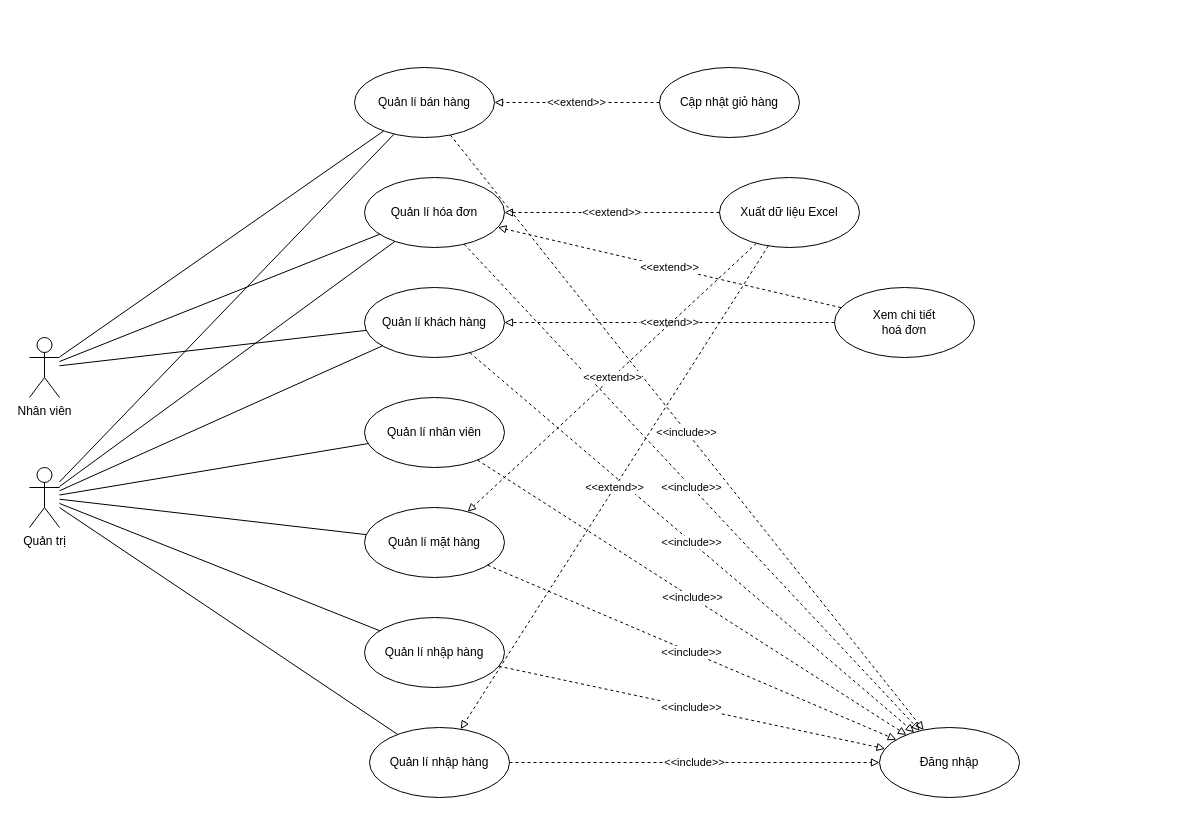
EdgarIgnite16/OOAD-Project keeps this draw.io diagram as DIG_UD.drawio. Above is the earlier version. Source tidied: cells renumbered, new cells numbered last; positions are measured from the earlier drawing's top-left corner, leaving out a move shared by most shapes. Both pictures are drawn from the tidied source at 100%, with x=0, y=0 at pixel (29, 67).
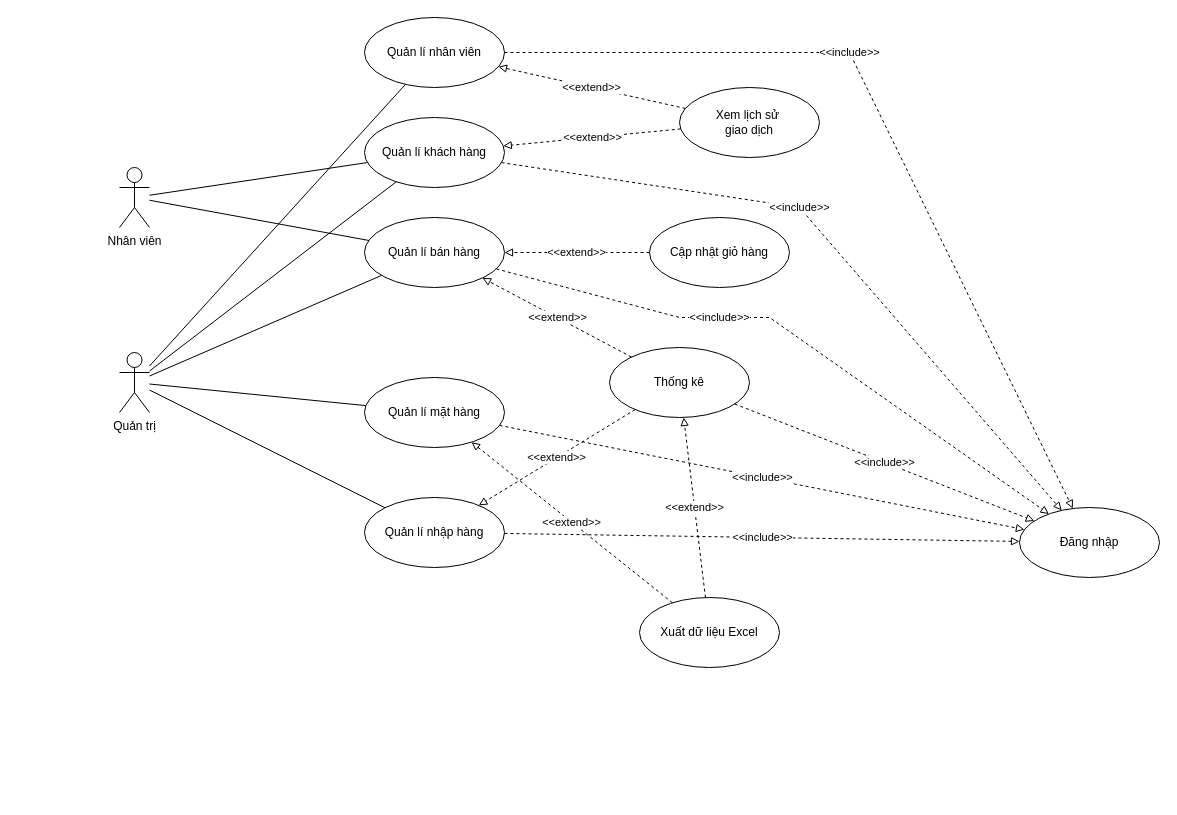
The same diagram, later.

The edit, as a diff of the source:
```diff
@@
     <mxCell id="3" value="Nhân viên" style="shape=umlActor;verticalLabelPosition=bottom;verticalAlign=top;html=1;outlineConnect=0;" parent="1" vertex="1">
-      <mxGeometry y="270" width="30" height="60" as="geometry" />
+      <mxGeometry x="90" y="100" width="30" height="60" as="geometry" />
     </mxCell>
     <mxCell id="4" value="Đăng nhập" style="ellipse;whiteSpace=wrap;html=1;" parent="1" vertex="1">
-      <mxGeometry x="850" y="660" width="140" height="70" as="geometry" />
+      <mxGeometry x="990" y="440" width="140" height="70" as="geometry" />
     </mxCell>
     <mxCell id="5" value="Quản lí&amp;nbsp;khách hàng" style="ellipse;whiteSpace=wrap;html=1;" parent="1" vertex="1">
-      <mxGeometry x="335" y="220" width="140" height="70" as="geometry" />
+      <mxGeometry x="335" y="50" width="140" height="70" as="geometry" />
     </mxCell>
     <mxCell id="6" value="Quản lí&amp;nbsp;nhân viên" style="ellipse;whiteSpace=wrap;html=1;" parent="1" vertex="1">
-      <mxGeometry x="335" y="330" width="140" height="70" as="geometry" />
+      <mxGeometry x="335" y="-50" width="140" height="70" as="geometry" />
     </mxCell>
     <mxCell id="7" value="Quản lí&amp;nbsp;nhập hàng" style="ellipse;whiteSpace=wrap;html=1;" parent="1" vertex="1">
-      <mxGeometry x="335" y="550" width="140" height="70" as="geometry" />
+      <mxGeometry x="335" y="430" width="140" height="70" as="geometry" />
     </mxCell>
-    <mxCell id="8" value="&amp;lt;&amp;lt;include&amp;gt;&amp;gt;" style="rounded=0;jettySize=auto;html=1;endArrow=block;endFill=0;dashed=1;" parent="1" edge="1" source="9" target="4">
-      <mxGeometry relative="1" as="geometry" />
-    </mxCell>
     <mxCell id="9" value="Quản lí bán hàng" style="ellipse;whiteSpace=wrap;html=1;" parent="1" vertex="1">
-      <mxGeometry x="325" width="140" height="70" as="geometry" />
+      <mxGeometry x="335" y="150" width="140" height="70" as="geometry" />
     </mxCell>
-    <mxCell id="10" value="Quản lí&amp;nbsp;hóa đơn" style="ellipse;whiteSpace=wrap;html=1;" parent="1" vertex="1">
-      <mxGeometry x="335" y="110" width="140" height="70" as="geometry" />
+    <mxCell id="10" value="Thống kê" style="ellipse;whiteSpace=wrap;html=1;" parent="1" vertex="1">
+      <mxGeometry x="580" y="280" width="140" height="70" as="geometry" />
     </mxCell>
     <mxCell id="11" value="Quản lí&amp;nbsp;mặt hàng" style="ellipse;whiteSpace=wrap;html=1;" parent="1" vertex="1">
-      <mxGeometry x="335" y="440" width="140" height="70" as="geometry" />
+      <mxGeometry x="335" y="310" width="140" height="70" as="geometry" />
     </mxCell>
-    <mxCell id="12" value="Quản lí&amp;nbsp;nhập hàng" style="ellipse;whiteSpace=wrap;html=1;" parent="1" vertex="1">
-      <mxGeometry x="340" y="660" width="140" height="70" as="geometry" />
-    </mxCell>
-    <mxCell id="13" value="&amp;lt;&amp;lt;include&amp;gt;&amp;gt;" style="rounded=0;jettySize=auto;html=1;endArrow=block;endFill=0;dashed=1;" parent="1" edge="1" source="10" target="4">
-      <mxGeometry relative="1" as="geometry" />
-    </mxCell>
-    <mxCell id="14" value="&amp;lt;&amp;lt;include&amp;gt;&amp;gt;" style="rounded=0;jettySize=auto;html=1;endArrow=block;endFill=0;dashed=1;" parent="1" edge="1" source="5" target="4">
-      <mxGeometry relative="1" as="geometry" />
-    </mxCell>
-    <mxCell id="15" value="&amp;lt;&amp;lt;include&amp;gt;&amp;gt;" style="rounded=0;jettySize=auto;html=1;endArrow=block;endFill=0;dashed=1;" parent="1" edge="1" source="6" target="4">
-      <mxGeometry relative="1" as="geometry" />
-    </mxCell>
-    <mxCell id="16" value="&amp;lt;&amp;lt;include&amp;gt;&amp;gt;" style="rounded=0;jettySize=auto;html=1;endArrow=block;endFill=0;dashed=1;" parent="1" edge="1" source="11" target="4">
-      <mxGeometry relative="1" as="geometry" />
-    </mxCell>
-    <mxCell id="17" value="&amp;lt;&amp;lt;include&amp;gt;&amp;gt;" style="rounded=0;jettySize=auto;html=1;endArrow=block;endFill=0;dashed=1;" parent="1" edge="1" source="7" target="4">
-      <mxGeometry relative="1" as="geometry" />
-    </mxCell>
-    <mxCell id="18" value="&amp;lt;&amp;lt;include&amp;gt;&amp;gt;" style="rounded=0;jettySize=auto;html=1;endArrow=block;endFill=0;dashed=1;" parent="1" edge="1" source="12" target="4">
-      <mxGeometry relative="1" as="geometry" />
-    </mxCell>
@@
-    <mxCell id="21" style="edgeStyle=none;rounded=0;jettySize=auto;html=1;endArrow=none;endFill=0;startArrow=none;startFill=0;" parent="1" edge="1" source="3" target="10">
-      <mxGeometry relative="1" as="geometry" />
-    </mxCell>
@@
-    <mxCell id="23" style="edgeStyle=none;rounded=0;jettySize=auto;html=1;endArrow=none;endFill=0;startArrow=none;startFill=0;" parent="1" edge="1" source="25" target="12">
-      <mxGeometry relative="1" as="geometry" />
-    </mxCell>
@@
     <mxCell id="25" value="Quản trị" style="shape=umlActor;verticalLabelPosition=bottom;verticalAlign=top;html=1;outlineConnect=0;" parent="1" vertex="1">
-      <mxGeometry y="400" width="30" height="60" as="geometry" />
+      <mxGeometry x="90" y="285" width="30" height="60" as="geometry" />
     </mxCell>
@@
-    <mxCell id="27" style="edgeStyle=none;rounded=0;jettySize=auto;html=1;endArrow=none;endFill=0;startArrow=none;startFill=0;" parent="1" edge="1" source="25" target="10">
-      <mxGeometry relative="1" as="geometry" />
-    </mxCell>
@@
     <mxCell id="29" value="Cập nhật giỏ hàng" style="ellipse;whiteSpace=wrap;html=1;" parent="1" vertex="1">
-      <mxGeometry x="630" width="140" height="70" as="geometry" />
+      <mxGeometry x="620" y="150" width="140" height="70" as="geometry" />
     </mxCell>
@@
     <mxCell id="31" value="Xuất dữ liệu Excel" style="ellipse;whiteSpace=wrap;html=1;" parent="1" vertex="1">
-      <mxGeometry x="690" y="110" width="140" height="70" as="geometry" />
+      <mxGeometry x="610" y="530" width="140" height="70" as="geometry" />
     </mxCell>
+    <mxCell id="17" value="&amp;lt;&amp;lt;include&amp;gt;&amp;gt;" style="rounded=0;jettySize=auto;html=1;endArrow=block;endFill=0;dashed=1;" parent="1" edge="1" source="7" target="4">
+      <mxGeometry relative="1" as="geometry" />
+    </mxCell>
+    <mxCell id="38" value="&amp;lt;&amp;lt;extend&amp;gt;&amp;gt;" style="rounded=0;jettySize=auto;html=1;endArrow=block;endFill=0;dashed=1;" parent="1" edge="1" source="10" target="7">
+      <mxGeometry relative="1" as="geometry" />
+    </mxCell>
+    <mxCell id="39" value="&amp;lt;&amp;lt;extend&amp;gt;&amp;gt;" style="rounded=0;jettySize=auto;html=1;endArrow=block;endFill=0;dashed=1;" parent="1" edge="1" source="10" target="9">
+      <mxGeometry relative="1" as="geometry" />
+    </mxCell>
+    <mxCell id="40" value="Xem lịch sử&amp;nbsp;&lt;br&gt;giao dịch" style="ellipse;whiteSpace=wrap;html=1;" parent="1" vertex="1">
+      <mxGeometry x="650" y="20" width="140" height="70" as="geometry" />
+    </mxCell>
+    <mxCell id="41" value="&amp;lt;&amp;lt;extend&amp;gt;&amp;gt;" style="rounded=0;jettySize=auto;html=1;endArrow=block;endFill=0;dashed=1;" parent="1" edge="1" source="40" target="5">
+      <mxGeometry relative="1" as="geometry" />
+    </mxCell>
+    <mxCell id="42" value="&amp;lt;&amp;lt;extend&amp;gt;&amp;gt;" style="rounded=0;jettySize=auto;html=1;endArrow=block;endFill=0;dashed=1;" parent="1" edge="1" source="40" target="6">
+      <mxGeometry relative="1" as="geometry" />
+    </mxCell>
+    <mxCell id="36" value="&amp;lt;&amp;lt;extend&amp;gt;&amp;gt;" style="rounded=0;jettySize=auto;html=1;endArrow=block;endFill=0;dashed=1;" parent="1" edge="1" source="31" target="11">
+      <mxGeometry relative="1" as="geometry" />
+    </mxCell>
+    <mxCell id="16" value="&amp;lt;&amp;lt;include&amp;gt;&amp;gt;" style="rounded=0;jettySize=auto;html=1;endArrow=block;endFill=0;dashed=1;" parent="1" edge="1" source="11" target="4">
+      <mxGeometry relative="1" as="geometry" />
+    </mxCell>
@@
-    <mxCell id="33" value="Xem chi tiết &lt;br&gt;hoá đơn" style="ellipse;whiteSpace=wrap;html=1;" parent="1" vertex="1">
-      <mxGeometry x="805" y="220" width="140" height="70" as="geometry" />
-    </mxCell>
-    <mxCell id="34" value="&amp;lt;&amp;lt;extend&amp;gt;&amp;gt;" style="rounded=0;jettySize=auto;html=1;endArrow=block;endFill=0;dashed=1;" parent="1" edge="1" source="33" target="10">
-      <mxGeometry relative="1" as="geometry" />
-    </mxCell>
-    <mxCell id="35" value="&amp;lt;&amp;lt;extend&amp;gt;&amp;gt;" style="rounded=0;jettySize=auto;html=1;endArrow=block;endFill=0;dashed=1;" parent="1" edge="1" source="33" target="5">
-      <mxGeometry relative="1" as="geometry" />
-    </mxCell>
-    <mxCell id="36" value="&amp;lt;&amp;lt;extend&amp;gt;&amp;gt;" style="rounded=0;jettySize=auto;html=1;endArrow=block;endFill=0;dashed=1;" parent="1" edge="1" source="31" target="11">
-      <mxGeometry relative="1" as="geometry" />
-    </mxCell>
-    <mxCell id="37" value="&amp;lt;&amp;lt;extend&amp;gt;&amp;gt;" style="rounded=0;jettySize=auto;html=1;endArrow=block;endFill=0;dashed=1;" parent="1" edge="1" source="31" target="12">
-      <mxGeometry relative="1" as="geometry" />
-    </mxCell>
+    <mxCell id="8" value="&amp;lt;&amp;lt;include&amp;gt;&amp;gt;" style="rounded=0;jettySize=auto;html=1;endArrow=block;endFill=0;dashed=1;" parent="1" edge="1" source="9" target="4">
+      <mxGeometry x="-0.26" relative="1" as="geometry">
+        <Array as="points">
+          <mxPoint x="650" y="250" />
+          <mxPoint x="740" y="250" />
+        </Array>
+      </mxGeometry>
+    </mxCell>
+    <mxCell id="14" value="&amp;lt;&amp;lt;include&amp;gt;&amp;gt;" style="rounded=0;jettySize=auto;html=1;endArrow=block;endFill=0;dashed=1;" parent="1" edge="1" source="5" target="4">
+      <mxGeometry x="-0.14" relative="1" as="geometry">
+        <Array as="points">
+          <mxPoint x="770" y="140" />
+        </Array>
+      </mxGeometry>
+    </mxCell>
+    <mxCell id="15" value="&amp;lt;&amp;lt;include&amp;gt;&amp;gt;" style="rounded=0;jettySize=auto;html=1;endArrow=block;endFill=0;dashed=1;" parent="1" edge="1" source="6" target="4">
+      <mxGeometry x="-0.19" relative="1" as="geometry">
+        <Array as="points">
+          <mxPoint x="820" y="-15" />
+        </Array>
+      </mxGeometry>
+    </mxCell>
+    <mxCell id="13" value="&amp;lt;&amp;lt;include&amp;gt;&amp;gt;" style="rounded=0;jettySize=auto;html=1;endArrow=block;endFill=0;dashed=1;" parent="1" edge="1" source="10" target="4">
+      <mxGeometry relative="1" as="geometry" />
+    </mxCell>
```
